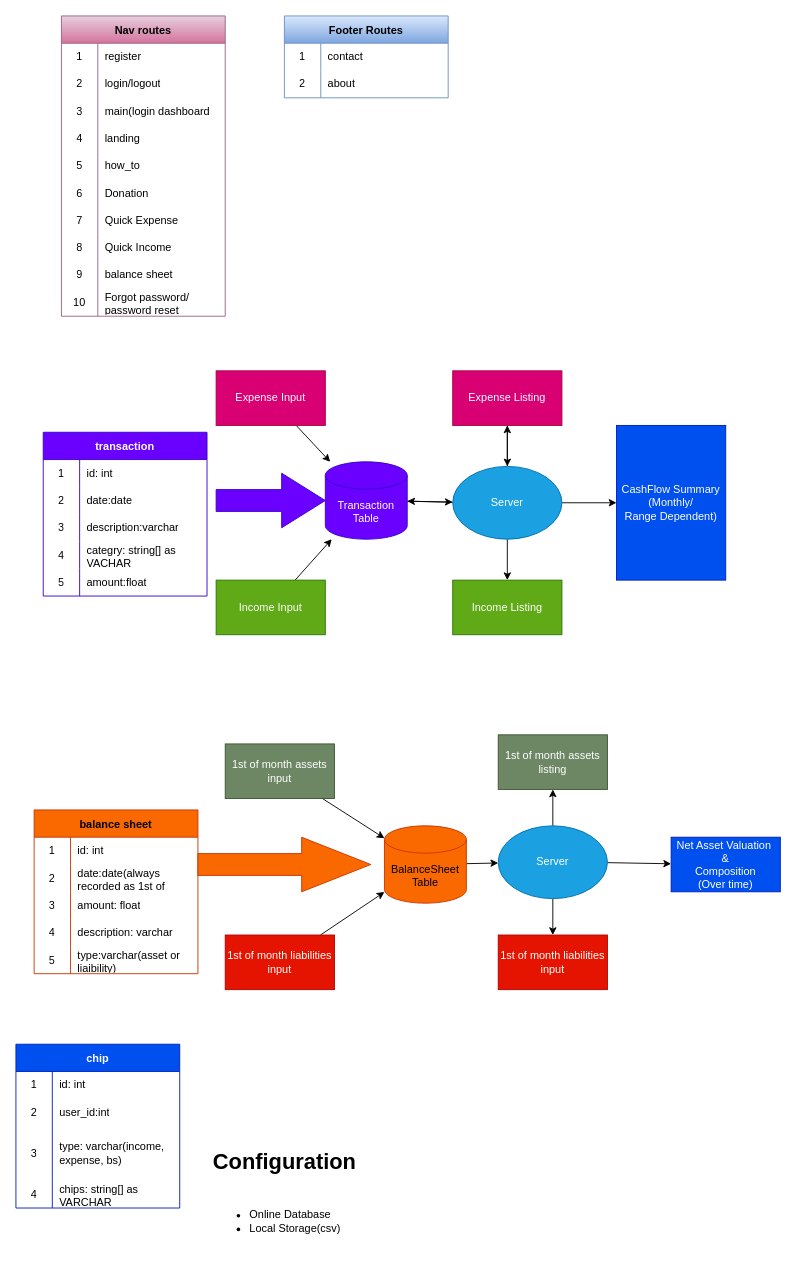
This is cashamole.drawio from drbenn/cashamole-v1-angular, a draw.io file, before an edit. Source tidied: cells renumbered, new cells numbered last; positions are measured from the earlier drawing's top-left corner, leaving out a move shared by most shapes. Both pictures are drawn from the tidied source at 91%, with x=0, y=0 at pixel (15, 15).
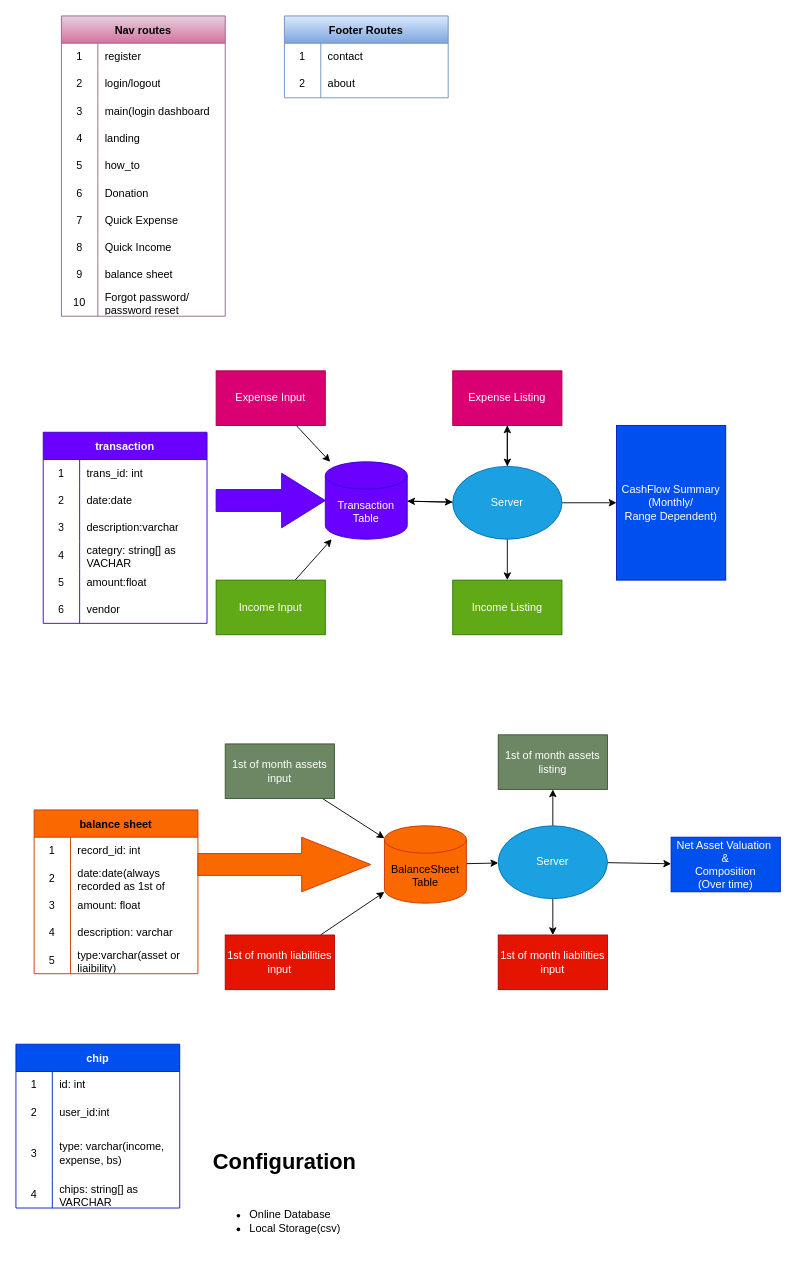
After the change.

The change refers to these unchanged cells:
```xml
<mxCell id="33" style="shape=tableRow;horizontal=0;startSize=0;swimlaneHead=0;swimlaneBody=0;top=0;left=0;bottom=0;right=0;fillColor=none;" parent="32" vertex="1">
  <mxGeometry y="30" width="180" height="30" as="geometry" />
</mxCell>
<mxCell id="50" style="shape=tableRow;horizontal=0;startSize=0;swimlaneHead=0;swimlaneBody=0;top=0;left=0;bottom=0;right=0;fillColor=none;" parent="49" vertex="1">
  <mxGeometry y="30" width="180" height="30" as="geometry" />
</mxCell>
```

Change to the diagram source:
```diff
@@
     <mxCell id="32" value="transaction" style="shape=table;startSize=30;childLayout=tableLayout;rowLines=0;fontStyle=1;fillColor=#6a00ff;fontColor=#ffffff;strokeColor=#3700CC;" parent="1" vertex="1">
-      <mxGeometry x="30" y="457.5" width="180" height="180" as="geometry" />
+      <mxGeometry x="30" y="457.5" width="180" height="210" as="geometry" />
     </mxCell>
@@
-    <mxCell id="35" value="id: int" style="shape=partialRectangle;html=1;whiteSpace=wrap;fillColor=none;top=0;left=0;bottom=0;right=0;align=left;spacingLeft=6;overflow=hidden;" parent="33" vertex="1">
+    <mxCell id="35" value="trans_id: int" style="shape=partialRectangle;html=1;whiteSpace=wrap;fillColor=none;top=0;left=0;bottom=0;right=0;align=left;spacingLeft=6;overflow=hidden;" parent="33" vertex="1">
       <mxGeometry x="40" width="140" height="30" as="geometry" />
     </mxCell>
@@
+    <mxCell id="117" style="shape=tableRow;horizontal=0;startSize=0;swimlaneHead=0;swimlaneBody=0;top=0;left=0;bottom=0;right=0;fillColor=none;" parent="32" vertex="1">
+      <mxGeometry y="180" width="180" height="30" as="geometry" />
+    </mxCell>
+    <mxCell id="118" value="6" style="shape=partialRectangle;html=1;whiteSpace=wrap;fillColor=none;top=0;left=0;bottom=0;right=0;overflow=hidden;" parent="117" vertex="1">
+      <mxGeometry width="40" height="30" as="geometry" />
+    </mxCell>
+    <mxCell id="119" value="vendor" style="shape=partialRectangle;html=1;whiteSpace=wrap;fillColor=none;top=0;left=0;bottom=0;right=0;align=left;spacingLeft=6;overflow=hidden;" parent="117" vertex="1">
+      <mxGeometry x="40" width="140" height="30" as="geometry" />
+    </mxCell>
@@
-    <mxCell id="52" value="id: int" style="shape=partialRectangle;html=1;whiteSpace=wrap;fillColor=none;top=0;left=0;bottom=0;right=0;align=left;spacingLeft=6;overflow=hidden;" parent="50" vertex="1">
+    <mxCell id="52" value="record_id: int" style="shape=partialRectangle;html=1;whiteSpace=wrap;fillColor=none;top=0;left=0;bottom=0;right=0;align=left;spacingLeft=6;overflow=hidden;" parent="50" vertex="1">
       <mxGeometry x="40" width="140" height="30" as="geometry" />
     </mxCell>
```
